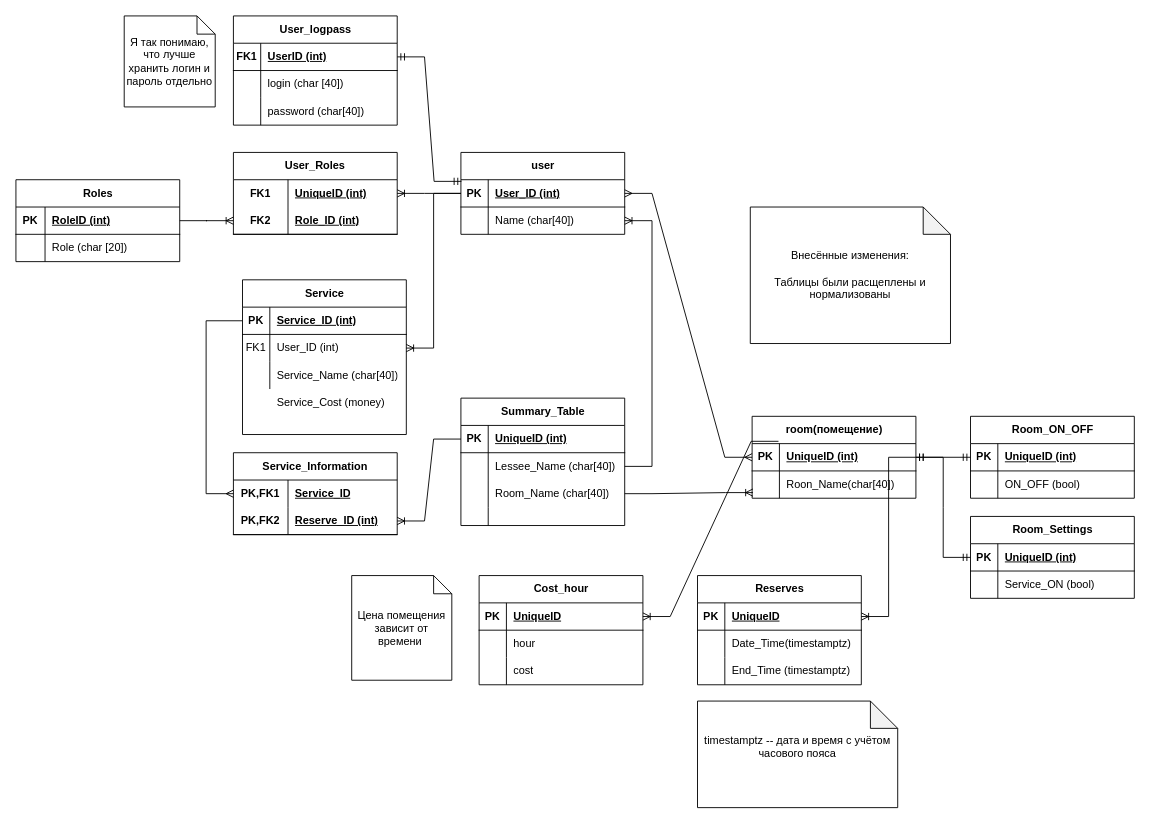
Earlier version of the draw.io diagram Диаграмма без названия.drawio (wsur/reserve_io). Source tidied: cells renumbered, new cells numbered last; positions are measured from the earlier drawing's top-left corner, leaving out a move shared by most shapes. Both pictures are drawn from the tidied source at 91%, with x=0, y=0 at pixel (15, 15).
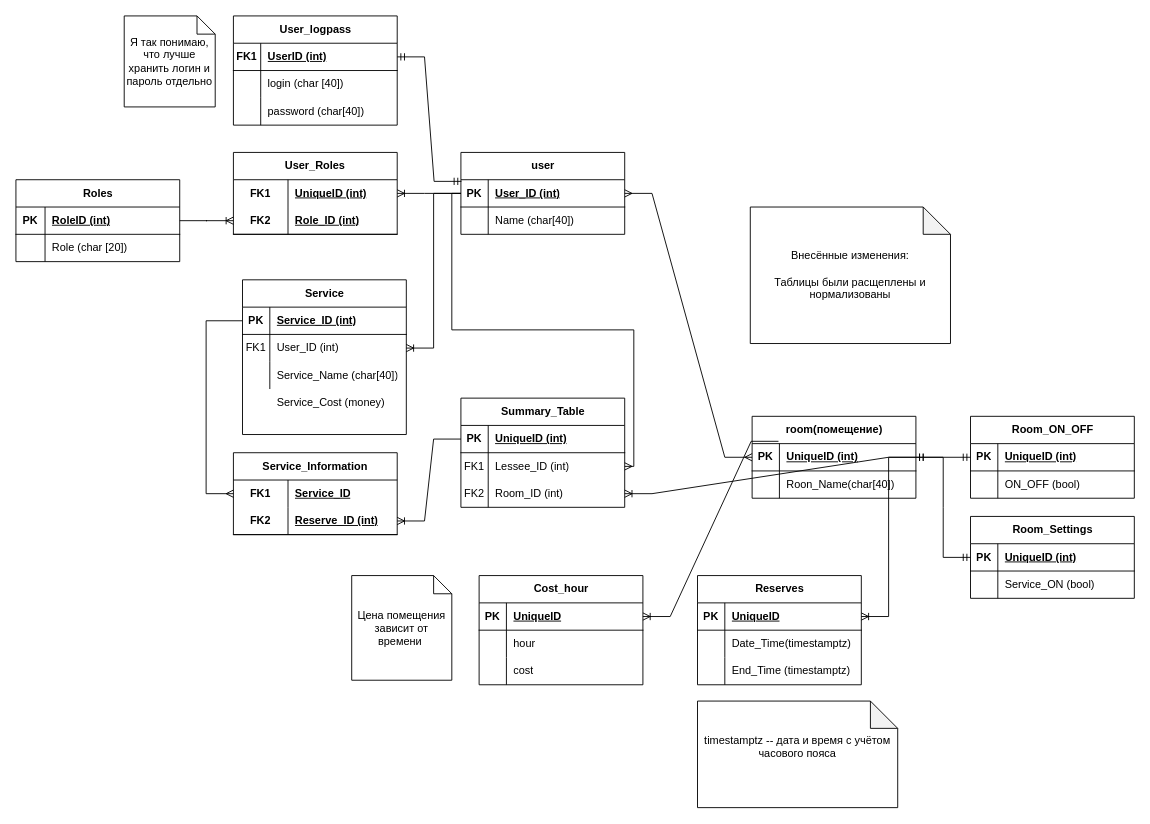
The same page after the edit.

Commit message:
Исправлены связи и сама таблица summary table

Unchanged cells that the change refers to:
```xml
<mxCell id="7" style="shape=tableRow;horizontal=0;startSize=0;swimlaneHead=0;swimlaneBody=0;fillColor=none;points=[[0,0.5],[1,0.5]];portConstraint=eastwest;top=0;left=0;right=0;bottom=0;" parent="3" vertex="1">
  <mxGeometry y="60" width="180" height="30" as="geometry" />
</mxCell>
<mxCell id="10" style="shape=tableRow;horizontal=0;startSize=0;swimlaneHead=0;swimlaneBody=0;fillColor=none;points=[[0,0.5],[1,0.5]];portConstraint=eastwest;top=0;left=0;right=0;bottom=0;" parent="3" vertex="1">
  <mxGeometry y="90" width="180" height="30" as="geometry" />
</mxCell>
<mxCell id="20" style="shape=tableRow;horizontal=0;startSize=0;swimlaneHead=0;swimlaneBody=0;fillColor=none;points=[[0,0.5],[1,0.5]];portConstraint=eastwest;top=0;left=0;right=0;bottom=1;" parent="19" vertex="1">
  <mxGeometry y="30" width="180" height="30" as="geometry" />
</mxCell>
<mxCell id="23" style="shape=tableRow;horizontal=0;startSize=0;swimlaneHead=0;swimlaneBody=0;fillColor=none;points=[[0,0.5],[1,0.5]];portConstraint=eastwest;top=0;left=0;right=0;bottom=0;" parent="19" vertex="1">
  <mxGeometry y="60" width="180" height="30" as="geometry" />
</mxCell>
<mxCell id="36" style="shape=tableRow;horizontal=0;startSize=0;swimlaneHead=0;swimlaneBody=0;fillColor=none;points=[[0,0.5],[1,0.5]];portConstraint=eastwest;top=0;left=0;right=0;bottom=0;html=1;" parent="35" vertex="1">
  <mxGeometry y="30" width="180" height="30" as="geometry" />
</mxCell>
<mxCell id="39" style="shape=tableRow;horizontal=0;startSize=0;swimlaneHead=0;swimlaneBody=0;fillColor=none;points=[[0,0.5],[1,0.5]];portConstraint=eastwest;top=0;left=0;right=0;bottom=1;html=1;" parent="35" vertex="1">
  <mxGeometry y="60" width="180" height="30" as="geometry" />
</mxCell>
<mxCell id="54" style="shape=tableRow;horizontal=0;startSize=0;swimlaneHead=0;swimlaneBody=0;fillColor=none;points=[[0,0.5],[1,0.5]];portConstraint=eastwest;top=0;left=0;right=0;bottom=1;" parent="53" vertex="1">
  <mxGeometry y="30" width="180" height="30" as="geometry" />
</mxCell>
<mxCell id="57" style="shape=tableRow;horizontal=0;startSize=0;swimlaneHead=0;swimlaneBody=0;fillColor=none;points=[[0,0.5],[1,0.5]];portConstraint=eastwest;top=0;left=0;right=0;bottom=0;" parent="53" vertex="1">
  <mxGeometry y="60" width="180" height="30" as="geometry" />
</mxCell>
```

Change to the diagram source:
```diff
@@
     <mxCell id="3" value="Summary_Table" style="shape=table;startSize=30;childLayout=tableLayout;rowLines=0;fontStyle=1;align=center;html=1;" parent="1" vertex="1">
-      <mxGeometry x="489" y="420" width="180" height="140" as="geometry" />
+      <mxGeometry x="489" y="420" width="180" height="120" as="geometry" />
     </mxCell>
@@
-    <mxCell id="8" style="shape=partialRectangle;fillColor=none;top=0;left=0;bottom=0;right=0;overflow=hidden;whiteSpace=wrap;html=1;" parent="7" vertex="1">
+    <mxCell id="8" value="FK1" style="shape=partialRectangle;fillColor=none;top=0;left=0;bottom=0;right=0;overflow=hidden;whiteSpace=wrap;html=1;" parent="7" vertex="1">
       <mxGeometry width="30" height="30" as="geometry" />
     </mxCell>
-    <mxCell id="9" value="Lessee_Name (char[40])" style="shape=partialRectangle;fillColor=none;top=0;left=0;bottom=0;right=0;align=left;spacingLeft=6;overflow=hidden;whiteSpace=wrap;html=1;" parent="7" vertex="1">
+    <mxCell id="9" value="Lessee_ID (int)" style="shape=partialRectangle;fillColor=none;top=0;left=0;bottom=0;right=0;align=left;spacingLeft=6;overflow=hidden;whiteSpace=wrap;html=1;" parent="7" vertex="1">
       <mxGeometry x="30" width="150" height="30" as="geometry" />
     </mxCell>
@@
-    <mxCell id="11" style="shape=partialRectangle;fillColor=none;top=0;left=0;bottom=0;right=0;overflow=hidden;whiteSpace=wrap;html=1;" parent="10" vertex="1">
+    <mxCell id="11" value="FK2" style="shape=partialRectangle;fillColor=none;top=0;left=0;bottom=0;right=0;overflow=hidden;whiteSpace=wrap;html=1;" parent="10" vertex="1">
       <mxGeometry width="30" height="30" as="geometry" />
     </mxCell>
-    <mxCell id="12" value="Room_Name (char[40])" style="shape=partialRectangle;fillColor=none;top=0;left=0;bottom=0;right=0;align=left;spacingLeft=6;overflow=hidden;whiteSpace=wrap;html=1;" parent="10" vertex="1">
+    <mxCell id="12" value="Room_ID (int)" style="shape=partialRectangle;fillColor=none;top=0;left=0;bottom=0;right=0;align=left;spacingLeft=6;overflow=hidden;whiteSpace=wrap;html=1;" parent="10" vertex="1">
       <mxGeometry x="30" width="150" height="30" as="geometry" />
     </mxCell>
-    <mxCell id="13" style="shape=tableRow;horizontal=0;startSize=0;swimlaneHead=0;swimlaneBody=0;fillColor=none;top=0;left=0;right=0;bottom=0;" parent="3" vertex="1">
-      <mxGeometry y="120" width="180" height="20" as="geometry" />
-    </mxCell>
-    <mxCell id="14" style="shape=partialRectangle;fillColor=none;top=0;left=0;bottom=0;right=0;overflow=hidden;whiteSpace=wrap;html=1;" parent="13" vertex="1">
-      <mxGeometry width="30" height="20" as="geometry" />
-    </mxCell>
-    <mxCell id="15" style="shape=partialRectangle;fillColor=none;top=0;left=0;bottom=0;right=0;align=left;spacingLeft=6;overflow=hidden;whiteSpace=wrap;html=1;" parent="13" vertex="1">
-      <mxGeometry x="30" width="150" height="20" as="geometry" />
-    </mxCell>
-    <mxCell id="16" style="edgeStyle=entityRelationEdgeStyle;fontSize=12;html=1;endArrow=ERoneToMany;rounded=0;exitX=1;exitY=0.5;exitDx=0;exitDy=0;" parent="1" edge="1" source="7" target="23">
-      <mxGeometry relative="1" as="geometry" />
-    </mxCell>
-    <mxCell id="17" style="edgeStyle=entityRelationEdgeStyle;fontSize=12;html=1;endArrow=ERoneToMany;rounded=0;exitX=1;exitY=0.5;exitDx=0;exitDy=0;entryX=0.005;entryY=0.794;entryDx=0;entryDy=0;entryPerimeter=0;" parent="1" edge="1" source="10" target="57">
-      <mxGeometry relative="1" as="geometry" />
-    </mxCell>
@@
-    <mxCell id="37" value="PK,FK1" style="shape=partialRectangle;fillColor=none;top=0;left=0;bottom=0;right=0;fontStyle=1;overflow=hidden;html=1;whiteSpace=wrap;" parent="36" vertex="1">
+    <mxCell id="37" value="FK1" style="shape=partialRectangle;fillColor=none;top=0;left=0;bottom=0;right=0;fontStyle=1;overflow=hidden;html=1;whiteSpace=wrap;" parent="36" vertex="1">
       <mxGeometry width="60" height="30" as="geometry" />
     </mxCell>
@@
-    <mxCell id="40" value="PK,FK2" style="shape=partialRectangle;fillColor=none;top=0;left=0;bottom=0;right=0;fontStyle=1;overflow=hidden;html=1;whiteSpace=wrap;" parent="39" vertex="1">
+    <mxCell id="40" value="FK2" style="shape=partialRectangle;fillColor=none;top=0;left=0;bottom=0;right=0;fontStyle=1;overflow=hidden;html=1;whiteSpace=wrap;" parent="39" vertex="1">
       <mxGeometry width="60" height="30" as="geometry" />
     </mxCell>
@@
+    <mxCell id="138" style="edgeStyle=orthogonalEdgeStyle;fontSize=12;html=1;endArrow=ERmany;rounded=0;entryX=1;entryY=0.5;entryDx=0;entryDy=0;" parent="1" edge="1" source="20" target="7">
+      <mxGeometry relative="1" as="geometry" />
+    </mxCell>
+    <mxCell id="17" style="edgeStyle=entityRelationEdgeStyle;fontSize=12;html=1;endArrow=ERoneToMany;rounded=0;entryX=1;entryY=0.5;entryDx=0;entryDy=0;exitX=1;exitY=0.5;exitDx=0;exitDy=0;" parent="1" edge="1" source="54" target="10">
+      <mxGeometry relative="1" as="geometry" />
+    </mxCell>
```
